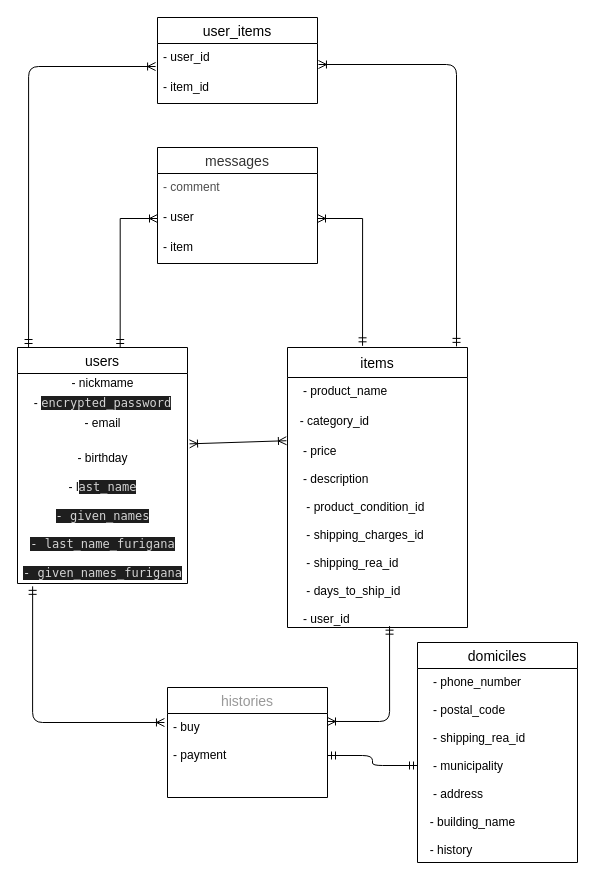
Before: furima.dio in kood-kood/furima-34573, a draw.io diagram. Source tidied: cells renumbered, new cells numbered last; positions are measured from the earlier drawing's top-left corner, leaving out a move shared by most shapes. Both pictures are drawn from the tidied source at 100%, with x=0, y=0 at pixel (17, 17).
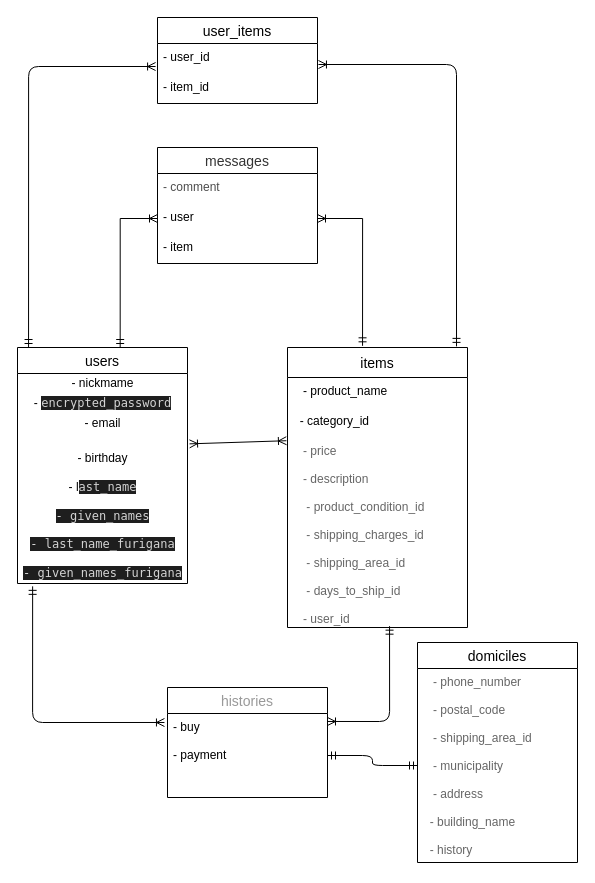
The same diagram, later.

Unchanged cells that the change refers to:
```xml
<mxCell id="7" value="items" style="swimlane;fontStyle=0;horizontal=1;startSize=30;align=center;fontSize=14;" parent="1" vertex="1">
  <mxGeometry x="270" y="330" width="180" height="280" as="geometry" />
</mxCell>
<mxCell id="13" value="domiciles" style="swimlane;fontStyle=0;horizontal=1;startSize=26;align=center;fontSize=14;" parent="1" vertex="1">
  <mxGeometry x="400" y="625" width="160" height="220" as="geometry" />
</mxCell>
```

Change to the diagram source:
```diff
@@
-    <mxCell id="10" value="   - price&#10;&#10;   - description&#10;&#10;    - product_condition_id&#10;&#10;    - shipping_charges_id&#10;&#10;    - shipping_rea_id&#10;&#10;    - days_to_ship_id&#10;&#10;   - user_id&#10;" style="text;strokeColor=none;fillColor=none;spacingLeft=4;spacingRight=4;overflow=hidden;points=[[0,0.5],[1,0.5]];portConstraint=eastwest;fontSize=12;" parent="7" vertex="1">
+    <mxCell id="10" value="   - price&#10;&#10;   - description&#10;&#10;    - product_condition_id&#10;&#10;    - shipping_charges_id&#10;&#10;    - shipping_area_id&#10;&#10;    - days_to_ship_id&#10;&#10;   - user_id&#10;" style="text;strokeColor=none;fillColor=none;spacingLeft=4;spacingRight=4;overflow=hidden;points=[[0,0.5],[1,0.5]];portConstraint=eastwest;fontSize=12;fontColor=#666666;" parent="7" vertex="1">
       <mxGeometry y="90" width="180" height="190" as="geometry" />
     </mxCell>
@@
-    <mxCell id="14" value="   - phone_number&#10;&#10;   - postal_code&#10;&#10;   - shipping_rea_id&#10;&#10;   - municipality&#10;&#10;   - address &#10;&#10;  - building_name&#10;&#10;  - history" style="text;strokeColor=none;fillColor=none;spacingLeft=4;spacingRight=4;overflow=hidden;points=[[0,0.5],[1,0.5]];portConstraint=eastwest;fontSize=12;" parent="13" vertex="1">
+    <mxCell id="14" value="   - phone_number&#10;&#10;   - postal_code&#10;&#10;   - shipping_area_id&#10;&#10;   - municipality&#10;&#10;   - address &#10;&#10;  - building_name&#10;&#10;  - history" style="text;strokeColor=none;fillColor=none;spacingLeft=4;spacingRight=4;overflow=hidden;points=[[0,0.5],[1,0.5]];portConstraint=eastwest;fontSize=12;fontColor=#666666;" parent="13" vertex="1">
       <mxGeometry y="26" width="160" height="194" as="geometry" />
     </mxCell>
```
